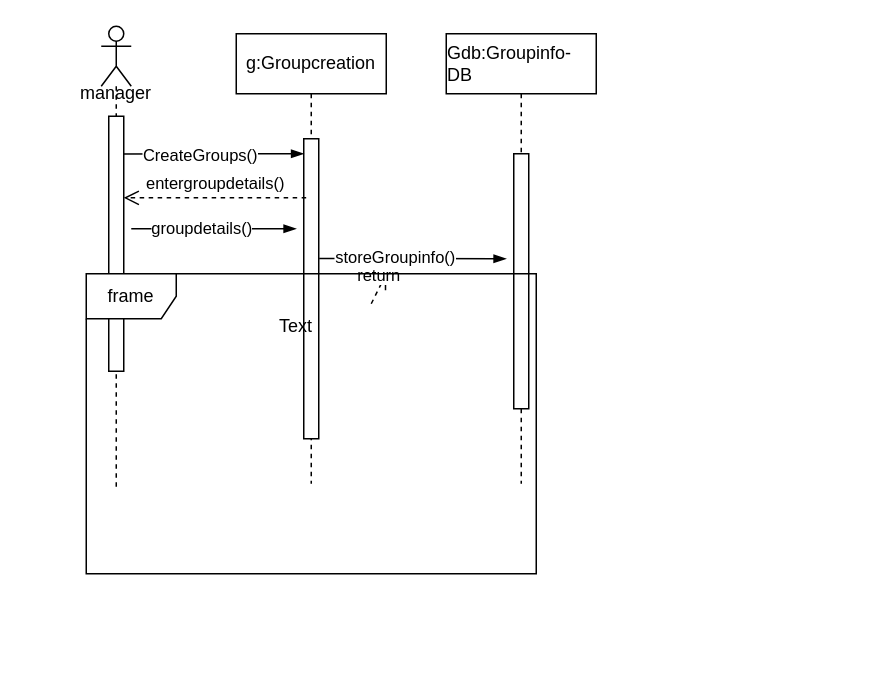
This is Untitled Diagram.drawio from FatimaAlessa/210_ABB_2107542, a draw.io file, before an edit. Source tidied: cells renumbered, new cells numbered last; positions are measured from the earlier drawing's top-left corner, leaving out a move shared by most shapes. Both pictures are drawn from the tidied source at 150%, with x=0, y=0 at pixel (78, 26).
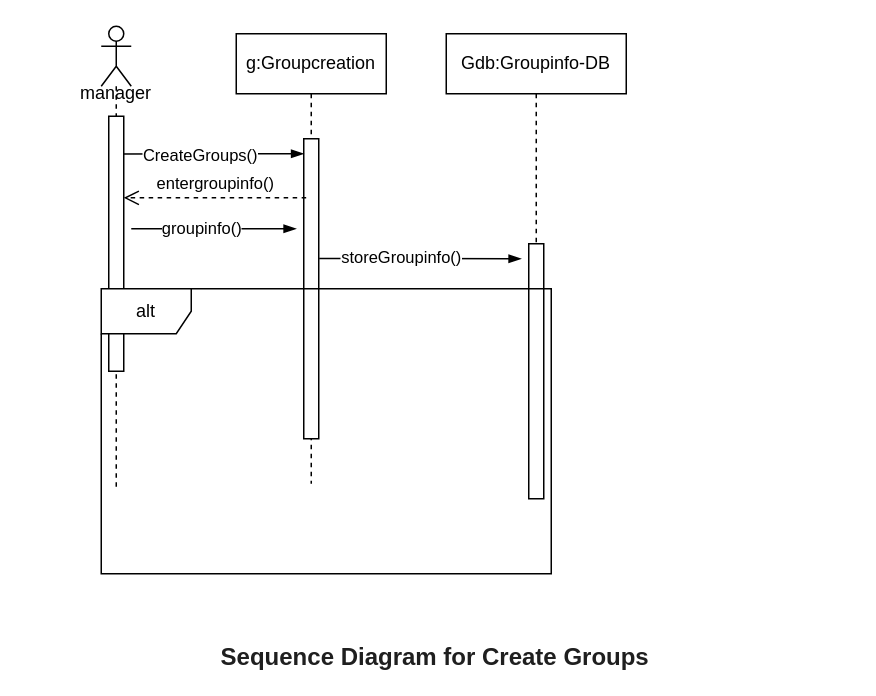
After the change.

The change refers to these unchanged cells:
```xml
<mxCell id="3" style="html=1;points=[];perimeter=orthogonalPerimeter;outlineConnect=0;targetShapes=umlLifeline;portConstraint=eastwest;newEdgeStyle={&quot;edgeStyle&quot;:&quot;elbowEdgeStyle&quot;,&quot;elbow&quot;:&quot;vertical&quot;,&quot;curved&quot;:0,&quot;rounded&quot;:0};" parent="2" vertex="1">
  <mxGeometry x="45" y="70" width="10" height="200" as="geometry" />
</mxCell>
<mxCell id="9" style="html=1;points=[[0,0,0,0,5],[0,1,0,0,-5],[1,0,0,0,5],[1,1,0,0,-5]];perimeter=orthogonalPerimeter;outlineConnect=0;targetShapes=umlLifeline;portConstraint=eastwest;newEdgeStyle={&quot;curved&quot;:0,&quot;rounded&quot;:0};" parent="8" vertex="1">
  <mxGeometry x="5" y="60" width="10" height="170" as="geometry" />
</mxCell>
<mxCell id="11" style="edgeStyle=elbowEdgeStyle;fontSize=12;html=1;endArrow=blockThin;endFill=1;rounded=0;elbow=vertical;" parent="1" edge="1">
  <mxGeometry relative="1" as="geometry">
    <mxPoint x="35" y="135" as="sourcePoint" />
    <mxPoint x="145" y="135" as="targetPoint" />
  </mxGeometry>
</mxCell>
```

What changed in the source:
```diff
@@
     <mxCell id="4" value="&lt;div style=&quot;text-align: start;&quot;&gt;Gdb:Groupinfo-DB&lt;/div&gt;" style="shape=umlLifeline;perimeter=lifelinePerimeter;whiteSpace=wrap;html=1;newEdgeStyle={&quot;edgeStyle&quot;:&quot;elbowEdgeStyle&quot;,&quot;elbow&quot;:&quot;vertical&quot;,&quot;curved&quot;:0,&quot;rounded&quot;:0};" parent="1" vertex="1">
-      <mxGeometry x="245" y="5" width="100" height="300" as="geometry" />
+      <mxGeometry x="245" y="5" width="120" height="300" as="geometry" />
     </mxCell>
     <mxCell id="5" style="html=1;perimeter=orthogonalPerimeter;targetShapes=umlLifeline;newEdgeStyle={&quot;edgeStyle&quot;:&quot;elbowEdgeStyle&quot;,&quot;elbow&quot;:&quot;vertical&quot;,&quot;curved&quot;:0,&quot;rounded&quot;:0};" parent="4" vertex="1">
-      <mxGeometry x="45" y="80" width="10" height="170" as="geometry" />
+      <mxGeometry x="55" y="140" width="10" height="170" as="geometry" />
     </mxCell>
@@
-    <mxCell id="10" value="entergroupdetails()" style="html=1;verticalAlign=bottom;endArrow=open;dashed=1;endSize=8;curved=0;rounded=0;exitX=0.161;exitY=0.197;exitDx=0;exitDy=0;exitPerimeter=0;" parent="1" edge="1" source="3" target="9">
+    <mxCell id="10" value="entergroupinfo()" style="html=1;verticalAlign=bottom;endArrow=open;dashed=1;endSize=8;curved=0;rounded=0;exitX=0.161;exitY=0.197;exitDx=0;exitDy=0;exitPerimeter=0;" parent="1" edge="1" source="3" target="9">
       <mxGeometry relative="1" as="geometry" />
     </mxCell>
@@
-    <mxCell id="12" value="groupdetails()" style="edgeLabel;html=1;align=center;verticalAlign=middle;" parent="11" vertex="1">
+    <mxCell id="12" value="groupinfo()" style="edgeLabel;html=1;align=center;verticalAlign=middle;" parent="11" vertex="1">
       <mxGeometry x="-0.17" y="1" relative="1" as="geometry" />
     </mxCell>
     <mxCell id="13" style="edgeStyle=elbowEdgeStyle;fontSize=12;html=1;endArrow=blockThin;endFill=1;rounded=0;exitX=1.03;exitY=0.399;exitDx=0;exitDy=0;exitPerimeter=0;" parent="1" edge="1" source="3">
       <mxGeometry relative="1" as="geometry">
-        <mxPoint x="285" y="155" as="targetPoint" />
+        <mxPoint x="295" y="155" as="targetPoint" />
       </mxGeometry>
     </mxCell>
@@
-    <mxCell id="15" value="return" style="html=1;verticalAlign=bottom;endArrow=open;dashed=1;endSize=8;curved=0;rounded=0;" parent="1" edge="1" target="16">
-      <mxGeometry relative="1" as="geometry">
-        <mxPoint x="195" y="185" as="sourcePoint" />
-      </mxGeometry>
-    </mxCell>
-    <mxCell id="16" value="frame" style="shape=umlFrame;whiteSpace=wrap;html=1;" parent="1" vertex="1">
-      <mxGeometry x="5" y="165" width="300" height="200" as="geometry" />
+    <mxCell id="16" value="alt" style="shape=umlFrame;whiteSpace=wrap;html=1;" parent="1" vertex="1">
+      <mxGeometry x="15" y="175" width="300" height="190" as="geometry" />
     </mxCell>
@@
-    <mxCell id="18" value="Text" style="text;html=1;align=center;verticalAlign=middle;whiteSpace=wrap;rounded=0;" parent="1" vertex="1">
-      <mxGeometry x="115" y="185" width="60" height="30" as="geometry" />
+    <mxCell id="18" value="&lt;span data-lucid-content=&quot;{&amp;quot;t&amp;quot;:&amp;quot;Sequence Diagram for Create Groups and Member Management&amp;quot;,&amp;quot;m&amp;quot;:[{&amp;quot;s&amp;quot;:0,&amp;quot;n&amp;quot;:&amp;quot;p&amp;quot;,&amp;quot;v&amp;quot;:1.25},{&amp;quot;s&amp;quot;:0,&amp;quot;n&amp;quot;:&amp;quot;c&amp;quot;,&amp;quot;v&amp;quot;:&amp;quot;#1f1f1fff&amp;quot;,&amp;quot;e&amp;quot;:56},{&amp;quot;s&amp;quot;:0,&amp;quot;n&amp;quot;:&amp;quot;b&amp;quot;,&amp;quot;v&amp;quot;:true,&amp;quot;e&amp;quot;:56},{&amp;quot;s&amp;quot;:0,&amp;quot;n&amp;quot;:&amp;quot;s&amp;quot;,&amp;quot;v&amp;quot;:21.333333333333336,&amp;quot;e&amp;quot;:56}]}&quot;&gt;&lt;span style=&quot;font-weight:bold;color:#1f1f1f;font-size:16.000000000000004px;&quot;&gt;Sequence Diagram for Create Groups&amp;nbsp;&lt;/span&gt;&lt;/span&gt;" style="text;html=1;align=center;verticalAlign=middle;whiteSpace=wrap;rounded=0;" parent="1" vertex="1">
+      <mxGeometry x="-35" y="415" width="550" height="10" as="geometry" />
     </mxCell>
```
